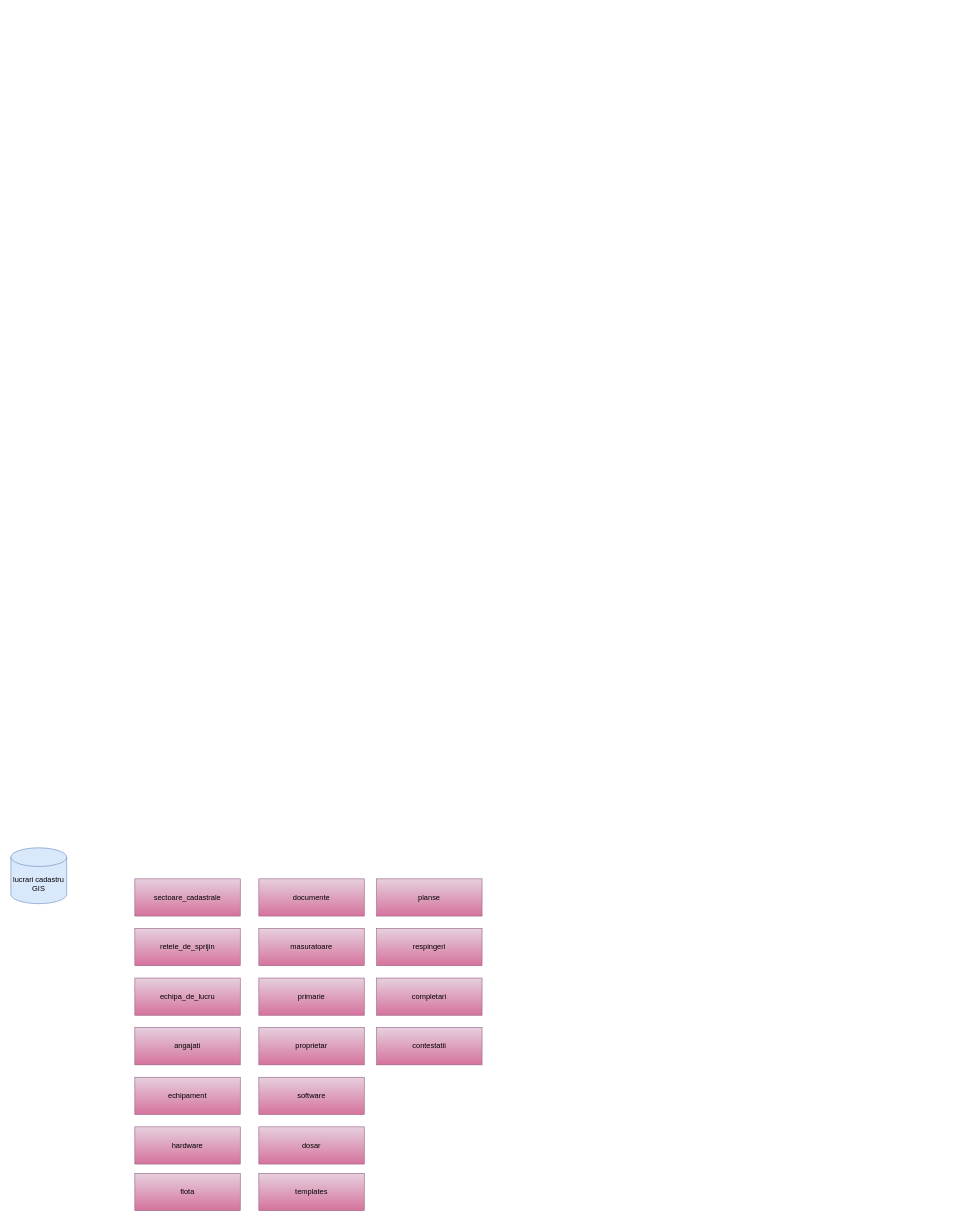
Before: model_abstract.drawio in andreea-agrisan/modelare_db, a draw.io diagram. Source tidied: cells renumbered, new cells numbered last; positions are measured from the earlier drawing's top-left corner, leaving out a move shared by most shapes. Both pictures are drawn from the tidied source at 62%, with x=0, y=0 at pixel (11, 848).
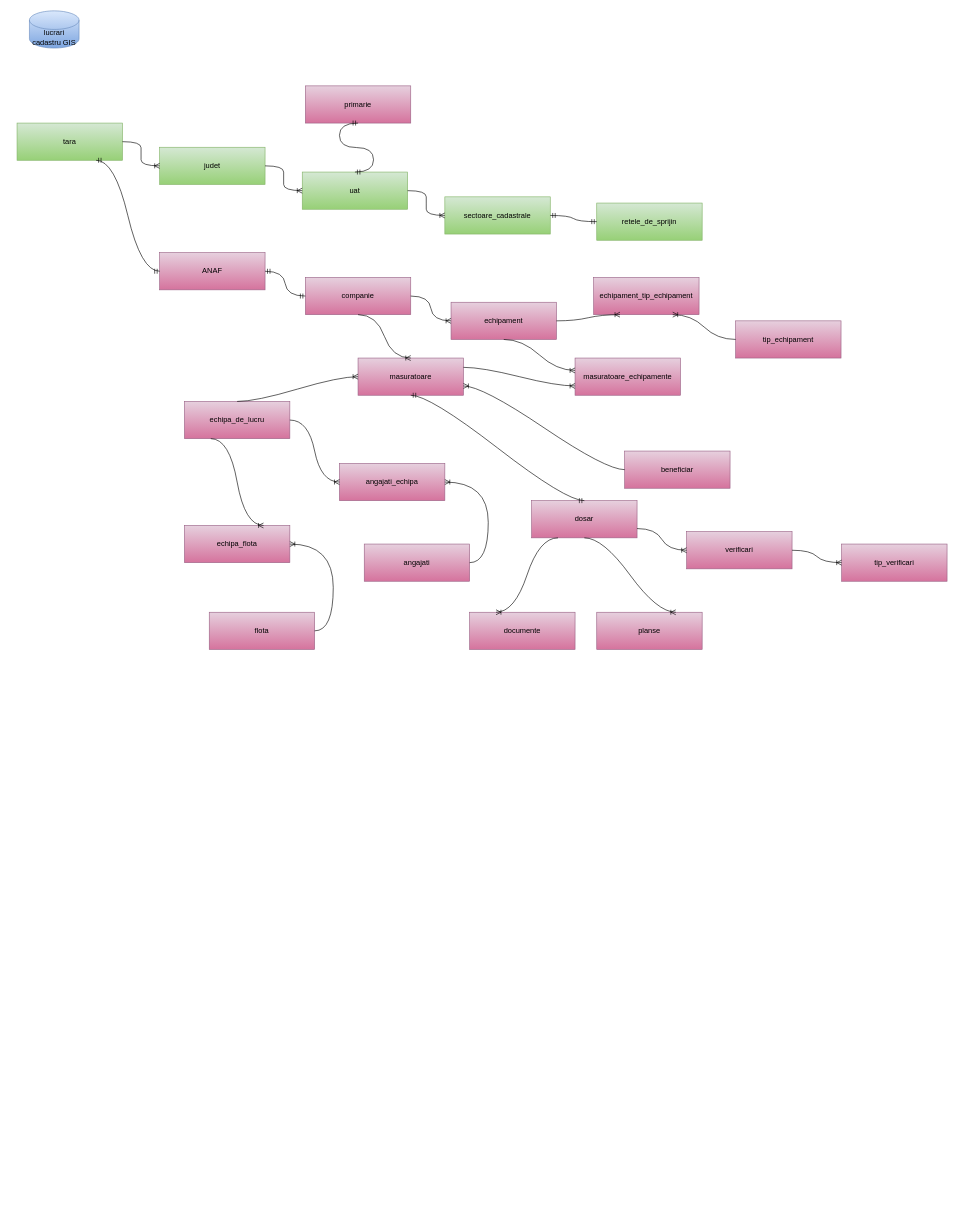
The same diagram, later.

What changed in the source:
```diff
@@
-    <mxCell id="2" value="&lt;font style=&quot;font-size: 12px;&quot;&gt;lucrari cadastru GIS&lt;/font&gt;" style="shape=cylinder3;whiteSpace=wrap;html=1;boundedLbl=1;backgroundOutline=1;size=15;fillColor=#dae8fc;strokeColor=#6c8ebf;align=center;" parent="1" vertex="1">
-      <mxGeometry width="90" height="90" as="geometry" />
+    <mxCell id="2" value="&lt;font style=&quot;font-size: 12px;&quot;&gt;lucrari cadastru GIS&lt;/font&gt;" style="shape=cylinder3;whiteSpace=wrap;html=1;boundedLbl=1;backgroundOutline=1;size=15;fillColor=#dae8fc;strokeColor=#6c8ebf;align=center;gradientColor=#7ea6e0;" parent="1" vertex="1">
+      <mxGeometry x="30" y="-1350" width="80" height="60" as="geometry" />
     </mxCell>
-    <mxCell id="3" value="sectoare_cadastrale" style="rounded=0;whiteSpace=wrap;html=1;fillColor=#e6d0de;strokeColor=#996185;gradientColor=#d5739d;" parent="1" vertex="1">
-      <mxGeometry x="200" y="50" width="170" height="60" as="geometry" />
+    <mxCell id="3" value="sectoare_cadastrale" style="rounded=0;whiteSpace=wrap;html=1;fillColor=#d5e8d4;strokeColor=#82b366;gradientColor=#97d077;" parent="1" vertex="1">
+      <mxGeometry x="700" y="-1050" width="170" height="60" as="geometry" />
     </mxCell>
-    <mxCell id="4" value="retele_de_sprijin" style="rounded=0;whiteSpace=wrap;html=1;fillColor=#e6d0de;strokeColor=#996185;gradientColor=#d5739d;" parent="1" vertex="1">
-      <mxGeometry x="200" y="130" width="170" height="60" as="geometry" />
+    <mxCell id="4" value="retele_de_sprijin" style="rounded=0;whiteSpace=wrap;html=1;fillColor=#d5e8d4;strokeColor=#82b366;gradientColor=#97d077;" parent="1" vertex="1">
+      <mxGeometry x="945" y="-1040" width="170" height="60" as="geometry" />
     </mxCell>
     <mxCell id="5" value="echipa_de_lucru" style="rounded=0;whiteSpace=wrap;html=1;fillColor=#e6d0de;strokeColor=#996185;gradientColor=#d5739d;" parent="1" vertex="1">
-      <mxGeometry x="200" y="210" width="170" height="60" as="geometry" />
+      <mxGeometry x="280" y="-720" width="170" height="60" as="geometry" />
     </mxCell>
     <mxCell id="6" value="angajati" style="rounded=0;whiteSpace=wrap;html=1;fillColor=#e6d0de;strokeColor=#996185;gradientColor=#d5739d;" parent="1" vertex="1">
-      <mxGeometry x="200" y="290" width="170" height="60" as="geometry" />
+      <mxGeometry x="570" y="-490" width="170" height="60" as="geometry" />
     </mxCell>
-    <mxCell id="7" value="echipament" style="rounded=0;whiteSpace=wrap;html=1;fillColor=#e6d0de;strokeColor=#996185;gradientColor=#d5739d;" parent="1" vertex="1">
-      <mxGeometry x="200" y="370" width="170" height="60" as="geometry" />
+    <mxCell id="7" value="companie" style="rounded=0;whiteSpace=wrap;html=1;fillColor=#e6d0de;strokeColor=#996185;gradientColor=#d5739d;" parent="1" vertex="1">
+      <mxGeometry x="475" y="-920" width="170" height="60" as="geometry" />
     </mxCell>
-    <mxCell id="8" value="hardware" style="rounded=0;whiteSpace=wrap;html=1;fillColor=#e6d0de;strokeColor=#996185;gradientColor=#d5739d;" parent="1" vertex="1">
-      <mxGeometry x="200" y="450" width="170" height="60" as="geometry" />
-    </mxCell>
     <mxCell id="9" value="flota" style="rounded=0;whiteSpace=wrap;html=1;fillColor=#e6d0de;strokeColor=#996185;gradientColor=#d5739d;" parent="1" vertex="1">
-      <mxGeometry x="200" y="525" width="170" height="60" as="geometry" />
+      <mxGeometry x="320" y="-380" width="170" height="60" as="geometry" />
     </mxCell>
     <mxCell id="10" value="documente" style="rounded=0;whiteSpace=wrap;html=1;fillColor=#e6d0de;strokeColor=#996185;gradientColor=#d5739d;" parent="1" vertex="1">
-      <mxGeometry x="400" y="50" width="170" height="60" as="geometry" />
+      <mxGeometry x="740" y="-380" width="170" height="60" as="geometry" />
     </mxCell>
     <mxCell id="11" value="masuratoare" style="rounded=0;whiteSpace=wrap;html=1;fillColor=#e6d0de;strokeColor=#996185;gradientColor=#d5739d;" parent="1" vertex="1">
-      <mxGeometry x="400" y="130" width="170" height="60" as="geometry" />
+      <mxGeometry x="560" y="-790" width="170" height="60" as="geometry" />
     </mxCell>
     <mxCell id="12" value="primarie" style="rounded=0;whiteSpace=wrap;html=1;fillColor=#e6d0de;strokeColor=#996185;gradientColor=#d5739d;" parent="1" vertex="1">
-      <mxGeometry x="400" y="210" width="170" height="60" as="geometry" />
+      <mxGeometry x="475" y="-1229" width="170" height="60" as="geometry" />
     </mxCell>
-    <mxCell id="13" value="proprietar" style="rounded=0;whiteSpace=wrap;html=1;fillColor=#e6d0de;strokeColor=#996185;gradientColor=#d5739d;" parent="1" vertex="1">
-      <mxGeometry x="400" y="290" width="170" height="60" as="geometry" />
+    <mxCell id="13" value="beneficiar" style="rounded=0;whiteSpace=wrap;html=1;fillColor=#e6d0de;strokeColor=#996185;gradientColor=#d5739d;" parent="1" vertex="1">
+      <mxGeometry x="990" y="-640" width="170" height="60" as="geometry" />
     </mxCell>
-    <mxCell id="14" value="software" style="rounded=0;whiteSpace=wrap;html=1;fillColor=#e6d0de;strokeColor=#996185;gradientColor=#d5739d;" parent="1" vertex="1">
-      <mxGeometry x="400" y="370" width="170" height="60" as="geometry" />
-    </mxCell>
     <mxCell id="15" value="dosar" style="rounded=0;whiteSpace=wrap;html=1;fillColor=#e6d0de;strokeColor=#996185;gradientColor=#d5739d;" parent="1" vertex="1">
-      <mxGeometry x="400" y="450" width="170" height="60" as="geometry" />
+      <mxGeometry x="840" y="-560" width="170" height="60" as="geometry" />
     </mxCell>
-    <mxCell id="16" value="templates" style="rounded=0;whiteSpace=wrap;html=1;fillColor=#e6d0de;strokeColor=#996185;gradientColor=#d5739d;" parent="1" vertex="1">
-      <mxGeometry x="400" y="525" width="170" height="60" as="geometry" />
-    </mxCell>
     <mxCell id="17" value="planse" style="rounded=0;whiteSpace=wrap;html=1;fillColor=#e6d0de;strokeColor=#996185;gradientColor=#d5739d;" parent="1" vertex="1">
-      <mxGeometry x="590" y="50" width="170" height="60" as="geometry" />
+      <mxGeometry x="945" y="-380" width="170" height="60" as="geometry" />
     </mxCell>
-    <mxCell id="18" value="respingeri" style="rounded=0;whiteSpace=wrap;html=1;fillColor=#e6d0de;strokeColor=#996185;gradientColor=#d5739d;" parent="1" vertex="1">
-      <mxGeometry x="590" y="130" width="170" height="60" as="geometry" />
-    </mxCell>
-    <mxCell id="19" value="completari" style="rounded=0;whiteSpace=wrap;html=1;fillColor=#e6d0de;strokeColor=#996185;gradientColor=#d5739d;" parent="1" vertex="1">
-      <mxGeometry x="590" y="210" width="170" height="60" as="geometry" />
-    </mxCell>
-    <mxCell id="20" value="contestatii" style="rounded=0;whiteSpace=wrap;html=1;fillColor=#e6d0de;strokeColor=#996185;gradientColor=#d5739d;" parent="1" vertex="1">
-      <mxGeometry x="590" y="290" width="170" height="60" as="geometry" />
-    </mxCell>
+    <mxCell id="21" value="uat" style="rounded=0;whiteSpace=wrap;html=1;fillColor=#d5e8d4;strokeColor=#82b366;gradientColor=#97d077;" parent="1" vertex="1">
+      <mxGeometry x="470" y="-1090" width="170" height="60" as="geometry" />
+    </mxCell>
+    <mxCell id="22" style="edgeStyle=entityRelationEdgeStyle;fontSize=12;html=1;endArrow=ERoneToMany;exitX=1;exitY=0.5;exitDx=0;exitDy=0;entryX=0;entryY=0.5;entryDx=0;entryDy=0;curved=1;" parent="1" edge="1" source="21" target="3">
+      <mxGeometry relative="1" as="geometry" />
+    </mxCell>
+    <mxCell id="23" value="judet" style="rounded=0;whiteSpace=wrap;html=1;fillColor=#d5e8d4;strokeColor=#82b366;gradientColor=#97d077;" parent="1" vertex="1">
+      <mxGeometry x="240" y="-1130" width="170" height="60" as="geometry" />
+    </mxCell>
+    <mxCell id="24" style="edgeStyle=entityRelationEdgeStyle;fontSize=12;html=1;endArrow=ERoneToMany;exitX=1;exitY=0.5;exitDx=0;exitDy=0;entryX=0;entryY=0.5;entryDx=0;entryDy=0;curved=1;" parent="1" edge="1" source="23" target="21">
+      <mxGeometry relative="1" as="geometry">
+        <Array as="points">
+          <mxPoint x="95" y="-960" />
+          <mxPoint x="90" y="-950" />
+        </Array>
+      </mxGeometry>
+    </mxCell>
+    <mxCell id="25" value="tara" style="rounded=0;whiteSpace=wrap;html=1;fillColor=#d5e8d4;strokeColor=#82b366;gradientColor=#97d077;" parent="1" vertex="1">
+      <mxGeometry x="10" y="-1169" width="170" height="60" as="geometry" />
+    </mxCell>
+    <mxCell id="26" style="edgeStyle=entityRelationEdgeStyle;fontSize=12;html=1;endArrow=ERoneToMany;exitX=1;exitY=0.5;exitDx=0;exitDy=0;entryX=0;entryY=0.5;entryDx=0;entryDy=0;curved=1;" parent="1" edge="1" source="25" target="23">
+      <mxGeometry relative="1" as="geometry" />
+    </mxCell>
+    <mxCell id="27" value="echipament" style="rounded=0;whiteSpace=wrap;html=1;fillColor=#e6d0de;strokeColor=#996185;gradientColor=#d5739d;" parent="1" vertex="1">
+      <mxGeometry x="710" y="-880" width="170" height="60" as="geometry" />
+    </mxCell>
+    <mxCell id="28" style="edgeStyle=entityRelationEdgeStyle;fontSize=12;html=1;endArrow=ERoneToMany;exitX=1;exitY=0.5;exitDx=0;exitDy=0;entryX=0;entryY=0.5;entryDx=0;entryDy=0;curved=1;" parent="1" edge="1" source="7" target="27">
+      <mxGeometry relative="1" as="geometry" />
+    </mxCell>
+    <mxCell id="29" value="ANAF" style="rounded=0;whiteSpace=wrap;html=1;fillColor=#e6d0de;strokeColor=#996185;gradientColor=#d5739d;" parent="1" vertex="1">
+      <mxGeometry x="240" y="-960" width="170" height="60" as="geometry" />
+    </mxCell>
+    <mxCell id="30" style="edgeStyle=entityRelationEdgeStyle;fontSize=12;html=1;endArrow=ERmandOne;startArrow=ERmandOne;exitX=1;exitY=0.5;exitDx=0;exitDy=0;entryX=0;entryY=0.5;entryDx=0;entryDy=0;curved=1;" parent="1" edge="1" source="29" target="7">
+      <mxGeometry relative="1" as="geometry" />
+    </mxCell>
+    <mxCell id="31" style="edgeStyle=entityRelationEdgeStyle;fontSize=12;html=1;endArrow=ERmandOne;startArrow=ERmandOne;entryX=0.75;entryY=1;entryDx=0;entryDy=0;exitX=0;exitY=0.5;exitDx=0;exitDy=0;curved=1;" parent="1" edge="1" source="29" target="25">
+      <mxGeometry relative="1" as="geometry" />
+    </mxCell>
+    <mxCell id="32" style="edgeStyle=entityRelationEdgeStyle;fontSize=12;html=1;endArrow=ERoneToMany;exitX=0.5;exitY=1;exitDx=0;exitDy=0;entryX=0.5;entryY=0;entryDx=0;entryDy=0;curved=1;" parent="1" edge="1" source="7" target="11">
+      <mxGeometry relative="1" as="geometry">
+        <Array as="points">
+          <mxPoint x="560" y="-820" />
+        </Array>
+      </mxGeometry>
+    </mxCell>
+    <mxCell id="33" value="masuratoare_echipamente" style="rounded=0;whiteSpace=wrap;html=1;fillColor=#e6d0de;strokeColor=#996185;gradientColor=#d5739d;" parent="1" vertex="1">
+      <mxGeometry x="910" y="-790" width="170" height="60" as="geometry" />
+    </mxCell>
+    <mxCell id="34" style="edgeStyle=entityRelationEdgeStyle;fontSize=12;html=1;endArrow=ERoneToMany;exitX=1;exitY=0.25;exitDx=0;exitDy=0;entryX=0;entryY=0.75;entryDx=0;entryDy=0;curved=1;" parent="1" edge="1" source="11" target="33">
+      <mxGeometry relative="1" as="geometry" />
+    </mxCell>
+    <mxCell id="35" style="edgeStyle=entityRelationEdgeStyle;fontSize=12;html=1;endArrow=ERoneToMany;exitX=0.5;exitY=1;exitDx=0;exitDy=0;entryX=0;entryY=0.333;entryDx=0;entryDy=0;entryPerimeter=0;curved=1;" parent="1" edge="1" source="27" target="33">
+      <mxGeometry relative="1" as="geometry" />
+    </mxCell>
+    <mxCell id="36" value="angajati_echipa" style="rounded=0;whiteSpace=wrap;html=1;fillColor=#e6d0de;strokeColor=#996185;gradientColor=#d5739d;" parent="1" vertex="1">
+      <mxGeometry x="530" y="-620" width="170" height="60" as="geometry" />
+    </mxCell>
+    <mxCell id="37" style="edgeStyle=entityRelationEdgeStyle;fontSize=12;html=1;endArrow=ERoneToMany;entryX=1;entryY=0.5;entryDx=0;entryDy=0;curved=1;" parent="1" edge="1" source="6" target="36">
+      <mxGeometry relative="1" as="geometry" />
+    </mxCell>
+    <mxCell id="38" style="edgeStyle=entityRelationEdgeStyle;fontSize=12;html=1;endArrow=ERoneToMany;exitX=1;exitY=0.5;exitDx=0;exitDy=0;entryX=0;entryY=0.5;entryDx=0;entryDy=0;curved=1;" parent="1" edge="1" source="5" target="36">
+      <mxGeometry relative="1" as="geometry" />
+    </mxCell>
+    <mxCell id="39" style="edgeStyle=entityRelationEdgeStyle;fontSize=12;html=1;endArrow=ERoneToMany;exitX=0.5;exitY=0;exitDx=0;exitDy=0;entryX=0;entryY=0.5;entryDx=0;entryDy=0;curved=1;" parent="1" edge="1" source="5" target="11">
+      <mxGeometry relative="1" as="geometry" />
+    </mxCell>
+    <mxCell id="40" value="echipa_flota" style="rounded=0;whiteSpace=wrap;html=1;fillColor=#e6d0de;strokeColor=#996185;gradientColor=#d5739d;" parent="1" vertex="1">
+      <mxGeometry x="280" y="-520" width="170" height="60" as="geometry" />
+    </mxCell>
+    <mxCell id="41" style="edgeStyle=entityRelationEdgeStyle;fontSize=12;html=1;endArrow=ERoneToMany;exitX=0.25;exitY=1;exitDx=0;exitDy=0;entryX=0.75;entryY=0;entryDx=0;entryDy=0;curved=1;" parent="1" edge="1" source="5" target="40">
+      <mxGeometry relative="1" as="geometry" />
+    </mxCell>
+    <mxCell id="42" style="edgeStyle=entityRelationEdgeStyle;fontSize=12;html=1;endArrow=ERoneToMany;entryX=1;entryY=0.5;entryDx=0;entryDy=0;curved=1;" parent="1" edge="1" target="40">
+      <mxGeometry relative="1" as="geometry">
+        <mxPoint x="490" y="-350" as="sourcePoint" />
+      </mxGeometry>
+    </mxCell>
+    <mxCell id="43" style="edgeStyle=entityRelationEdgeStyle;fontSize=12;html=1;endArrow=ERmandOne;startArrow=ERmandOne;exitX=1;exitY=0.5;exitDx=0;exitDy=0;entryX=0;entryY=0.5;entryDx=0;entryDy=0;curved=1;" parent="1" edge="1" source="3" target="4">
+      <mxGeometry relative="1" as="geometry" />
+    </mxCell>
+    <mxCell id="44" style="edgeStyle=entityRelationEdgeStyle;fontSize=12;html=1;endArrow=ERmandOne;startArrow=ERmandOne;exitX=0.5;exitY=0;exitDx=0;exitDy=0;entryX=0.5;entryY=1;entryDx=0;entryDy=0;curved=1;" parent="1" edge="1" source="21" target="12">
+      <mxGeometry relative="1" as="geometry" />
+    </mxCell>
+    <mxCell id="45" style="edgeStyle=entityRelationEdgeStyle;fontSize=12;html=1;endArrow=ERoneToMany;exitX=0;exitY=0.5;exitDx=0;exitDy=0;entryX=1;entryY=0.75;entryDx=0;entryDy=0;curved=1;" parent="1" edge="1" source="13" target="11">
+      <mxGeometry relative="1" as="geometry" />
+    </mxCell>
+    <mxCell id="46" value="tip_echipament" style="rounded=0;whiteSpace=wrap;html=1;fillColor=#e6d0de;strokeColor=#996185;gradientColor=#d5739d;" parent="1" vertex="1">
+      <mxGeometry x="1169" y="-850" width="170" height="60" as="geometry" />
+    </mxCell>
+    <mxCell id="47" value="echipament_tip_echipament" style="rounded=0;whiteSpace=wrap;html=1;fillColor=#e6d0de;strokeColor=#996185;gradientColor=#d5739d;" parent="1" vertex="1">
+      <mxGeometry x="940" y="-920" width="170" height="60" as="geometry" />
+    </mxCell>
+    <mxCell id="48" style="edgeStyle=entityRelationEdgeStyle;fontSize=12;html=1;endArrow=ERoneToMany;exitX=1;exitY=0.5;exitDx=0;exitDy=0;entryX=0.25;entryY=1;entryDx=0;entryDy=0;curved=1;" parent="1" edge="1" source="27" target="47">
+      <mxGeometry relative="1" as="geometry" />
+    </mxCell>
+    <mxCell id="49" style="edgeStyle=entityRelationEdgeStyle;fontSize=12;html=1;endArrow=ERoneToMany;entryX=0.75;entryY=1;entryDx=0;entryDy=0;exitX=0;exitY=0.5;exitDx=0;exitDy=0;curved=1;" parent="1" edge="1" source="46" target="47">
+      <mxGeometry relative="1" as="geometry" />
+    </mxCell>
+    <mxCell id="50" value="verificari" style="rounded=0;whiteSpace=wrap;html=1;fillColor=#e6d0de;strokeColor=#996185;gradientColor=#d5739d;" parent="1" vertex="1">
+      <mxGeometry x="1090" y="-510" width="170" height="60" as="geometry" />
+    </mxCell>
+    <mxCell id="51" value="tip_verificari" style="rounded=0;whiteSpace=wrap;html=1;fillColor=#e6d0de;strokeColor=#996185;gradientColor=#d5739d;" parent="1" vertex="1">
+      <mxGeometry x="1340" y="-490" width="170" height="60" as="geometry" />
+    </mxCell>
+    <mxCell id="52" style="edgeStyle=entityRelationEdgeStyle;fontSize=12;html=1;endArrow=ERoneToMany;exitX=1;exitY=0.5;exitDx=0;exitDy=0;entryX=0;entryY=0.5;entryDx=0;entryDy=0;curved=1;" parent="1" edge="1" source="50" target="51">
+      <mxGeometry relative="1" as="geometry" />
+    </mxCell>
+    <mxCell id="53" style="edgeStyle=entityRelationEdgeStyle;fontSize=12;html=1;endArrow=ERmandOne;startArrow=ERmandOne;exitX=0.5;exitY=1;exitDx=0;exitDy=0;entryX=0.5;entryY=0;entryDx=0;entryDy=0;curved=1;" parent="1" edge="1" source="11" target="15">
+      <mxGeometry relative="1" as="geometry" />
+    </mxCell>
+    <mxCell id="54" style="edgeStyle=entityRelationEdgeStyle;fontSize=12;html=1;endArrow=ERoneToMany;exitX=1;exitY=0.75;exitDx=0;exitDy=0;entryX=0;entryY=0.5;entryDx=0;entryDy=0;curved=1;" parent="1" edge="1" source="15" target="50">
+      <mxGeometry relative="1" as="geometry" />
+    </mxCell>
+    <mxCell id="55" style="edgeStyle=entityRelationEdgeStyle;fontSize=12;html=1;endArrow=ERoneToMany;exitX=0.25;exitY=1;exitDx=0;exitDy=0;entryX=0.25;entryY=0;entryDx=0;entryDy=0;curved=1;" parent="1" edge="1" source="15" target="10">
+      <mxGeometry relative="1" as="geometry" />
+    </mxCell>
+    <mxCell id="56" style="edgeStyle=entityRelationEdgeStyle;fontSize=12;html=1;endArrow=ERoneToMany;exitX=0.5;exitY=1;exitDx=0;exitDy=0;entryX=0.75;entryY=0;entryDx=0;entryDy=0;curved=1;" parent="1" edge="1" source="15" target="17">
+      <mxGeometry relative="1" as="geometry" />
+    </mxCell>
```
